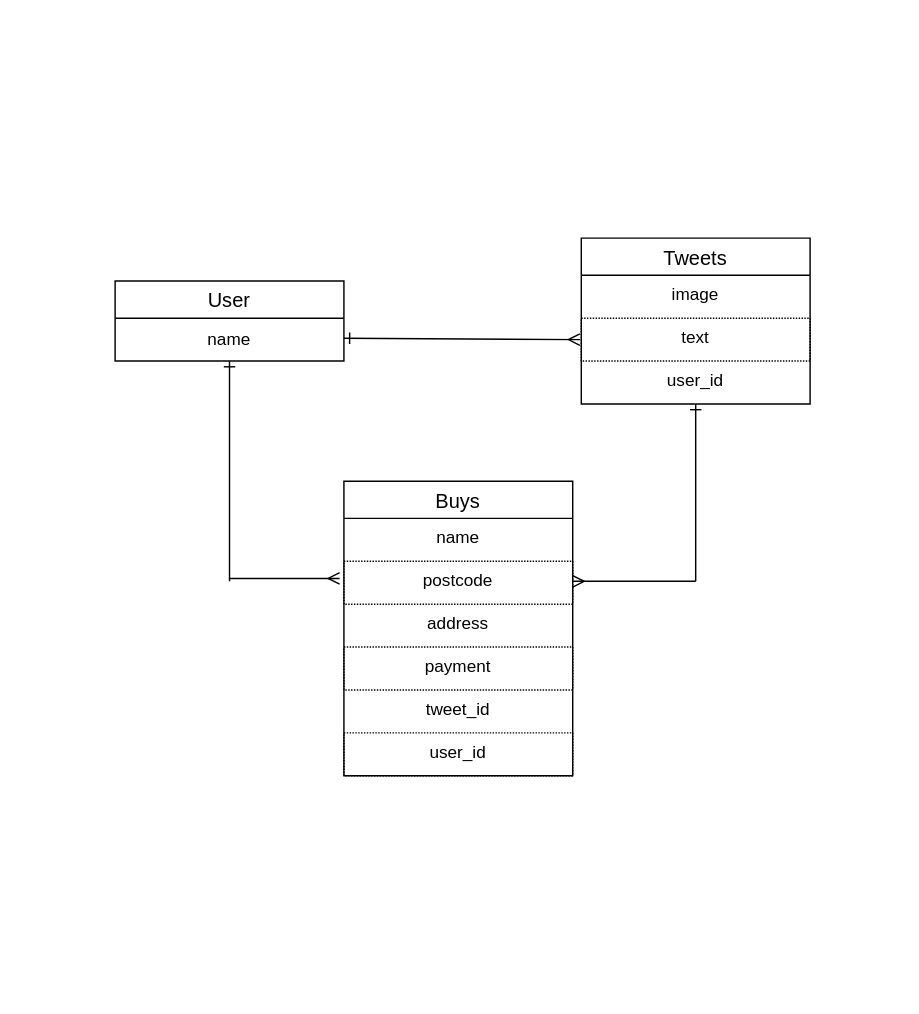
Above: er.dio in henataso/furima-41635 (draw.io), before the change. Source tidied: cells renumbered, new cells numbered last; positions are measured from the earlier drawing's top-left corner, leaving out a move shared by most shapes. Both pictures are drawn from the tidied source at 143%, with x=0, y=0 at pixel (114, 237).
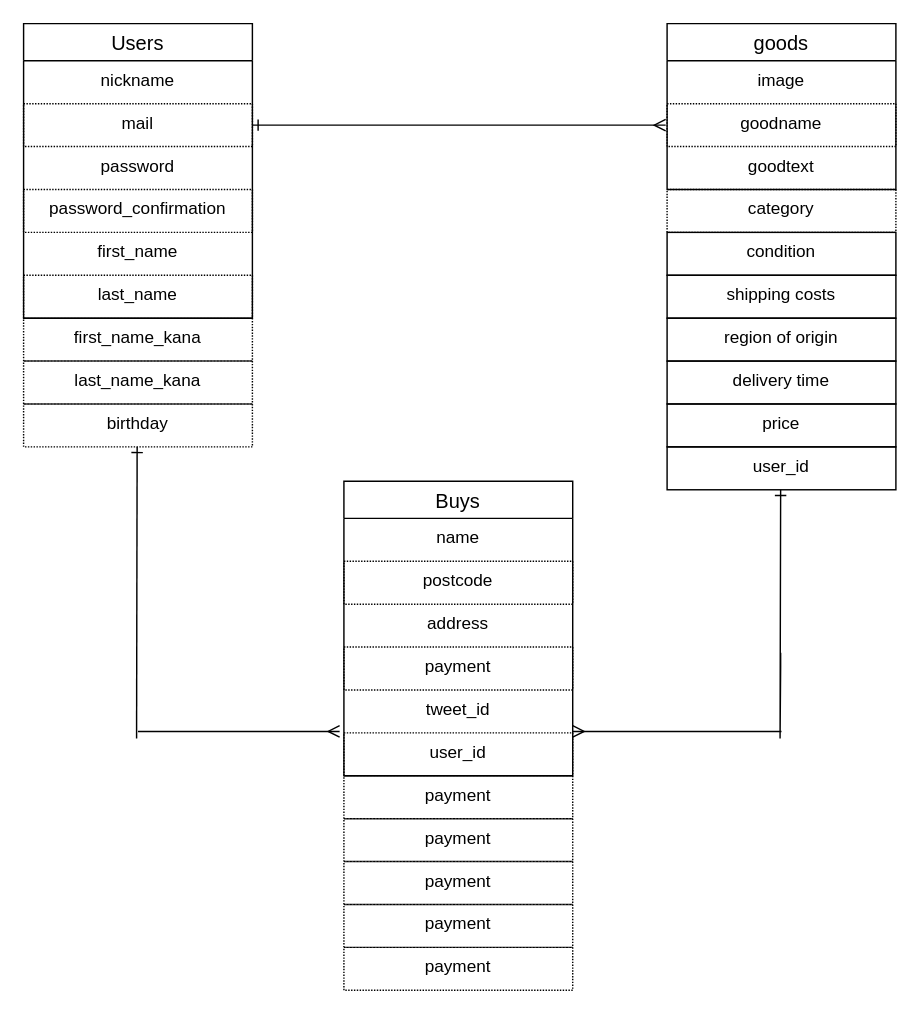
After the change.

Commit message (it also covers changes not shown here):
データベース設計修正

The change refers to these unchanged cells:
```xml
<mxCell id="8" value="Buys" style="swimlane;fontStyle=0;horizontal=1;startSize=26;align=center;fontSize=14;" parent="1" vertex="1">
  <mxGeometry x="160" y="170" width="160" height="206" as="geometry" />
</mxCell>
```

What changed in the source:
```diff
@@
-    <mxCell id="2" value="User" style="swimlane;fontStyle=0;horizontal=1;startSize=26;align=center;fontSize=14;" parent="1" vertex="1">
-      <mxGeometry y="30" width="160" height="56" as="geometry" />
-    </mxCell>
-    <mxCell id="3" value="name" style="text;strokeColor=none;align=center;fillColor=none;html=1;verticalAlign=middle;whiteSpace=wrap;rounded=0;" parent="2" vertex="1">
-      <mxGeometry y="26" width="160" height="30" as="geometry" />
-    </mxCell>
-    <mxCell id="4" value="Tweets" style="swimlane;fontStyle=0;horizontal=1;startSize=26;align=center;fontSize=14;" parent="1" vertex="1">
-      <mxGeometry x="326" width="160" height="116" as="geometry" />
+    <mxCell id="4" value="goods" style="swimlane;fontStyle=0;horizontal=1;startSize=26;align=center;fontSize=14;" parent="1" vertex="1">
+      <mxGeometry x="386" y="-150" width="160" height="116" as="geometry" />
     </mxCell>
@@
-    <mxCell id="6" value="text" style="text;strokeColor=default;fillColor=none;spacingLeft=4;spacingRight=4;overflow=hidden;points=[[0,0.5],[1,0.5]];portConstraint=eastwest;fontSize=12;align=center;perimeterSpacing=1;dashed=1;dashPattern=1 1;" parent="4" vertex="1">
+    <mxCell id="6" value="goodname" style="text;strokeColor=default;fillColor=none;spacingLeft=4;spacingRight=4;overflow=hidden;points=[[0,0.5],[1,0.5]];portConstraint=eastwest;fontSize=12;align=center;perimeterSpacing=1;dashed=1;dashPattern=1 1;" parent="4" vertex="1">
       <mxGeometry y="56" width="160" height="30" as="geometry" />
     </mxCell>
-    <mxCell id="7" value="user_id" style="text;strokeColor=none;fillColor=none;spacingLeft=4;spacingRight=4;overflow=hidden;fontSize=12;align=center;" parent="4" vertex="1">
+    <mxCell id="7" value="goodtext" style="text;strokeColor=none;fillColor=none;spacingLeft=4;spacingRight=4;overflow=hidden;fontSize=12;align=center;" parent="4" vertex="1">
       <mxGeometry y="86" width="160" height="30" as="geometry" />
     </mxCell>
@@
     <mxCell id="10" style="endArrow=ERmany;html=1;rounded=0;entryX=-0.019;entryY=0.133;entryDx=0;entryDy=0;entryPerimeter=0;endFill=0;" parent="8" edge="1">
       <mxGeometry relative="1" as="geometry">
-        <mxPoint x="-80" y="68" as="sourcePoint" />
-        <mxPoint x="-3" y="68" as="targetPoint" />
+        <mxPoint x="-144" y="175" as="sourcePoint" />
+        <mxPoint x="-3" y="175" as="targetPoint" />
       </mxGeometry>
     </mxCell>
@@
-    <mxCell id="16" style="edgeStyle=none;html=1;exitX=0.5;exitY=1;exitDx=0;exitDy=0;endArrow=none;endFill=0;startArrow=ERone;startFill=0;" parent="1" edge="1" source="3">
+    <mxCell id="16" style="edgeStyle=none;html=1;exitX=0.5;exitY=1;exitDx=0;exitDy=0;endArrow=none;endFill=0;startArrow=ERone;startFill=0;" parent="1" edge="1">
       <mxGeometry relative="1" as="geometry">
-        <mxPoint x="80" y="240" as="targetPoint" />
+        <mxPoint x="15.4" y="146" as="sourcePoint" />
+        <mxPoint x="15" y="350" as="targetPoint" />
       </mxGeometry>
     </mxCell>
     <mxCell id="17" style="endArrow=none;html=1;rounded=0;startArrow=ERone;startFill=0;" parent="1" edge="1">
       <mxGeometry relative="1" as="geometry">
-        <mxPoint x="406" y="116" as="sourcePoint" />
-        <mxPoint x="406" y="230" as="targetPoint" />
+        <mxPoint x="465.4" y="176" as="sourcePoint" />
+        <mxPoint x="465.4" y="290" as="targetPoint" />
         <Array as="points">
-          <mxPoint x="406" y="230" />
-          <mxPoint x="406" y="240" />
+          <mxPoint x="465" y="350" />
+          <mxPoint x="465.4" y="300" />
         </Array>
       </mxGeometry>
     </mxCell>
-    <mxCell id="18" style="endArrow=ERmany;html=1;rounded=0;entryX=0;entryY=0.5;entryDx=0;entryDy=0;startArrow=ERone;startFill=0;endFill=0;" parent="1" edge="1" target="6">
-      <mxGeometry relative="1" as="geometry">
-        <mxPoint x="160" y="70" as="sourcePoint" />
-      </mxGeometry>
+    <mxCell id="18" style="endArrow=ERmany;html=1;rounded=0;entryX=0;entryY=0.5;entryDx=0;entryDy=0;startArrow=ERone;startFill=0;endFill=0;exitX=1;exitY=0.5;exitDx=0;exitDy=0;" parent="1" edge="1" source="22" target="6">
+      <mxGeometry relative="1" as="geometry" />
     </mxCell>
     <mxCell id="19" style="endArrow=none;html=1;rounded=0;startArrow=ERmany;startFill=0;" parent="1" edge="1">
       <mxGeometry relative="1" as="geometry">
-        <mxPoint x="320" y="240" as="sourcePoint" />
-        <mxPoint x="406" y="240" as="targetPoint" />
+        <mxPoint x="320" y="345" as="sourcePoint" />
+        <mxPoint x="466" y="345" as="targetPoint" />
       </mxGeometry>
     </mxCell>
+    <mxCell id="20" value="Users" style="swimlane;fontStyle=0;horizontal=1;startSize=26;align=center;fontSize=14;" parent="1" vertex="1">
+      <mxGeometry x="-64" y="-150" width="160" height="206" as="geometry" />
+    </mxCell>
+    <mxCell id="21" value="nickname" style="text;strokeColor=none;fillColor=none;spacingLeft=4;spacingRight=4;overflow=hidden;fontSize=12;align=center;" parent="20" vertex="1">
+      <mxGeometry y="26" width="160" height="30" as="geometry" />
+    </mxCell>
+    <mxCell id="22" value="mail" style="text;strokeColor=default;fillColor=none;spacingLeft=4;spacingRight=4;overflow=hidden;points=[[0,0.5],[1,0.5]];portConstraint=eastwest;fontSize=12;align=center;dashed=1;dashPattern=1 1;" parent="20" vertex="1">
+      <mxGeometry y="56" width="160" height="30" as="geometry" />
+    </mxCell>
+    <mxCell id="23" value="password" style="text;strokeColor=none;fillColor=none;spacingLeft=4;spacingRight=4;overflow=hidden;fontSize=12;align=center;" parent="20" vertex="1">
+      <mxGeometry y="86" width="160" height="30" as="geometry" />
+    </mxCell>
+    <mxCell id="24" value="password_confirmation" style="text;strokeColor=default;fillColor=none;spacingLeft=4;spacingRight=4;overflow=hidden;fontSize=12;align=center;dashed=1;dashPattern=1 1;" parent="20" vertex="1">
+      <mxGeometry y="116" width="160" height="30" as="geometry" />
+    </mxCell>
+    <mxCell id="25" value="first_name" style="text;strokeColor=none;fillColor=none;spacingLeft=4;spacingRight=4;overflow=hidden;fontSize=12;align=center;dashed=1;dashPattern=1 1;" parent="20" vertex="1">
+      <mxGeometry y="146" width="160" height="30" as="geometry" />
+    </mxCell>
+    <mxCell id="26" value="last_name" style="text;strokeColor=default;fillColor=none;spacingLeft=4;spacingRight=4;overflow=hidden;fontSize=12;align=center;dashed=1;dashPattern=1 1;" parent="20" vertex="1">
+      <mxGeometry y="176" width="160" height="30" as="geometry" />
+    </mxCell>
+    <mxCell id="27" value="first_name_kana" style="text;strokeColor=default;fillColor=none;spacingLeft=4;spacingRight=4;overflow=hidden;fontSize=12;align=center;dashed=1;dashPattern=1 1;" parent="1" vertex="1">
+      <mxGeometry x="-64" y="56" width="160" height="30" as="geometry" />
+    </mxCell>
+    <mxCell id="28" value="last_name_kana" style="text;strokeColor=default;fillColor=none;spacingLeft=4;spacingRight=4;overflow=hidden;fontSize=12;align=center;dashed=1;dashPattern=1 1;" parent="1" vertex="1">
+      <mxGeometry x="-64" y="86" width="160" height="30" as="geometry" />
+    </mxCell>
+    <mxCell id="29" value="birthday" style="text;strokeColor=default;fillColor=none;spacingLeft=4;spacingRight=4;overflow=hidden;fontSize=12;align=center;dashed=1;dashPattern=1 1;" parent="1" vertex="1">
+      <mxGeometry x="-64" y="116" width="160" height="30" as="geometry" />
+    </mxCell>
+    <mxCell id="30" value="category" style="text;strokeColor=default;fillColor=none;spacingLeft=4;spacingRight=4;overflow=hidden;fontSize=12;align=center;dashed=1;dashPattern=1 1;" parent="1" vertex="1">
+      <mxGeometry x="386" y="-34" width="160" height="30" as="geometry" />
+    </mxCell>
+    <mxCell id="31" value="condition" style="text;strokeColor=default;fillColor=none;spacingLeft=4;spacingRight=4;overflow=hidden;fontSize=12;align=center;" parent="1" vertex="1">
+      <mxGeometry x="386" y="-4" width="160" height="30" as="geometry" />
+    </mxCell>
+    <mxCell id="32" value="shipping costs" style="text;strokeColor=default;fillColor=none;spacingLeft=4;spacingRight=4;overflow=hidden;fontSize=12;align=center;" parent="1" vertex="1">
+      <mxGeometry x="386" y="26" width="160" height="30" as="geometry" />
+    </mxCell>
+    <mxCell id="33" value="region of origin" style="text;strokeColor=default;fillColor=none;spacingLeft=4;spacingRight=4;overflow=hidden;fontSize=12;align=center;" parent="1" vertex="1">
+      <mxGeometry x="386" y="56" width="160" height="30" as="geometry" />
+    </mxCell>
+    <mxCell id="34" value="delivery time" style="text;strokeColor=default;fillColor=none;spacingLeft=4;spacingRight=4;overflow=hidden;fontSize=12;align=center;" parent="1" vertex="1">
+      <mxGeometry x="386" y="86" width="160" height="30" as="geometry" />
+    </mxCell>
+    <mxCell id="35" value="price" style="text;strokeColor=default;fillColor=none;spacingLeft=4;spacingRight=4;overflow=hidden;fontSize=12;align=center;" parent="1" vertex="1">
+      <mxGeometry x="386" y="116" width="160" height="30" as="geometry" />
+    </mxCell>
+    <mxCell id="36" value="user_id" style="text;strokeColor=default;fillColor=none;spacingLeft=4;spacingRight=4;overflow=hidden;fontSize=12;align=center;" parent="1" vertex="1">
+      <mxGeometry x="386" y="146" width="160" height="30" as="geometry" />
+    </mxCell>
+    <mxCell id="37" value="payment" style="text;strokeColor=default;fillColor=none;spacingLeft=4;spacingRight=4;overflow=hidden;fontSize=12;align=center;dashed=1;dashPattern=1 1;" parent="1" vertex="1">
+      <mxGeometry x="160" y="376" width="160" height="30" as="geometry" />
+    </mxCell>
+    <mxCell id="38" value="payment" style="text;strokeColor=default;fillColor=none;spacingLeft=4;spacingRight=4;overflow=hidden;fontSize=12;align=center;dashed=1;dashPattern=1 1;" parent="1" vertex="1">
+      <mxGeometry x="160" y="406" width="160" height="30" as="geometry" />
+    </mxCell>
+    <mxCell id="39" value="payment" style="text;strokeColor=default;fillColor=none;spacingLeft=4;spacingRight=4;overflow=hidden;fontSize=12;align=center;dashed=1;dashPattern=1 1;" parent="1" vertex="1">
+      <mxGeometry x="160" y="436" width="160" height="30" as="geometry" />
+    </mxCell>
+    <mxCell id="40" value="payment" style="text;strokeColor=default;fillColor=none;spacingLeft=4;spacingRight=4;overflow=hidden;fontSize=12;align=center;dashed=1;dashPattern=1 1;" parent="1" vertex="1">
+      <mxGeometry x="160" y="466" width="160" height="30" as="geometry" />
+    </mxCell>
+    <mxCell id="41" value="payment" style="text;strokeColor=default;fillColor=none;spacingLeft=4;spacingRight=4;overflow=hidden;fontSize=12;align=center;dashed=1;dashPattern=1 1;" parent="1" vertex="1">
+      <mxGeometry x="160" y="496" width="160" height="30" as="geometry" />
+    </mxCell>
```
